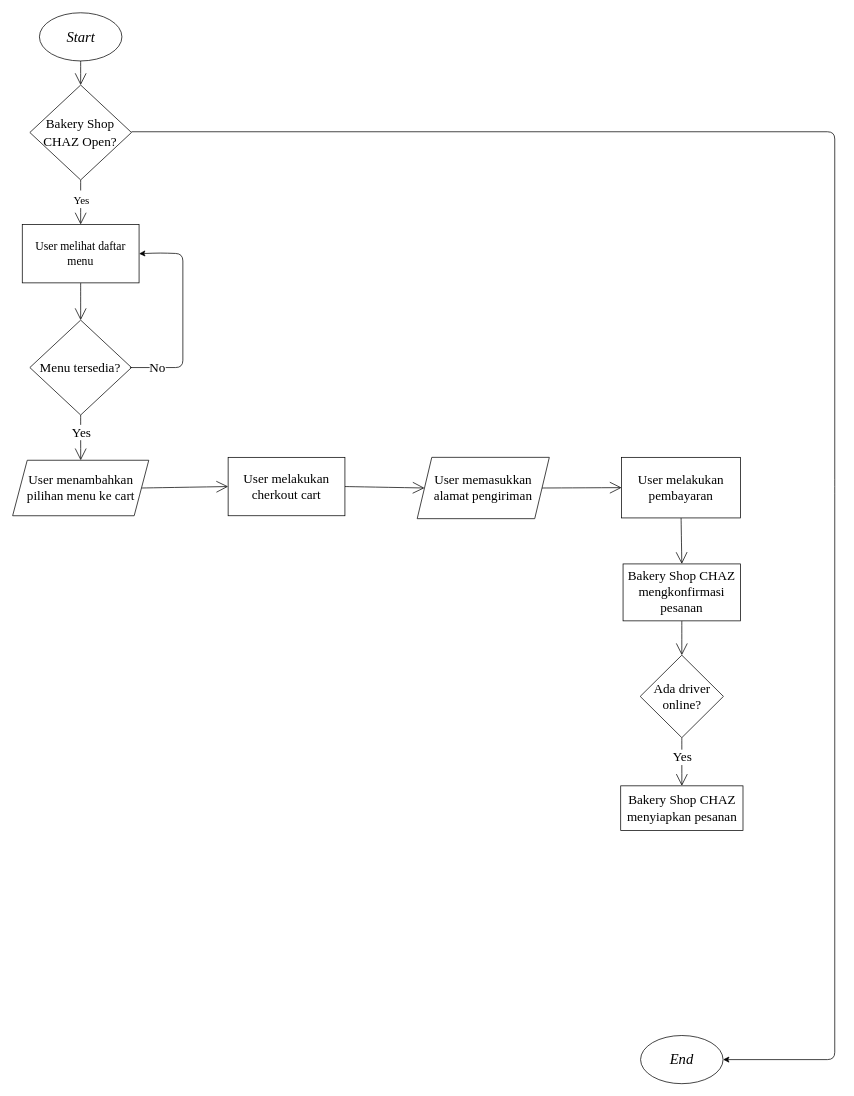
Before: flowchart.drawio in cherylazalia/Cheryl_Azalia-BakeryShop, a draw.io diagram. Source tidied: cells renumbered, new cells numbered last; positions are measured from the earlier drawing's top-left corner, leaving out a move shared by most shapes. Both pictures are drawn from the tidied source at 73%, with x=0, y=0 at pixel (12, 12).
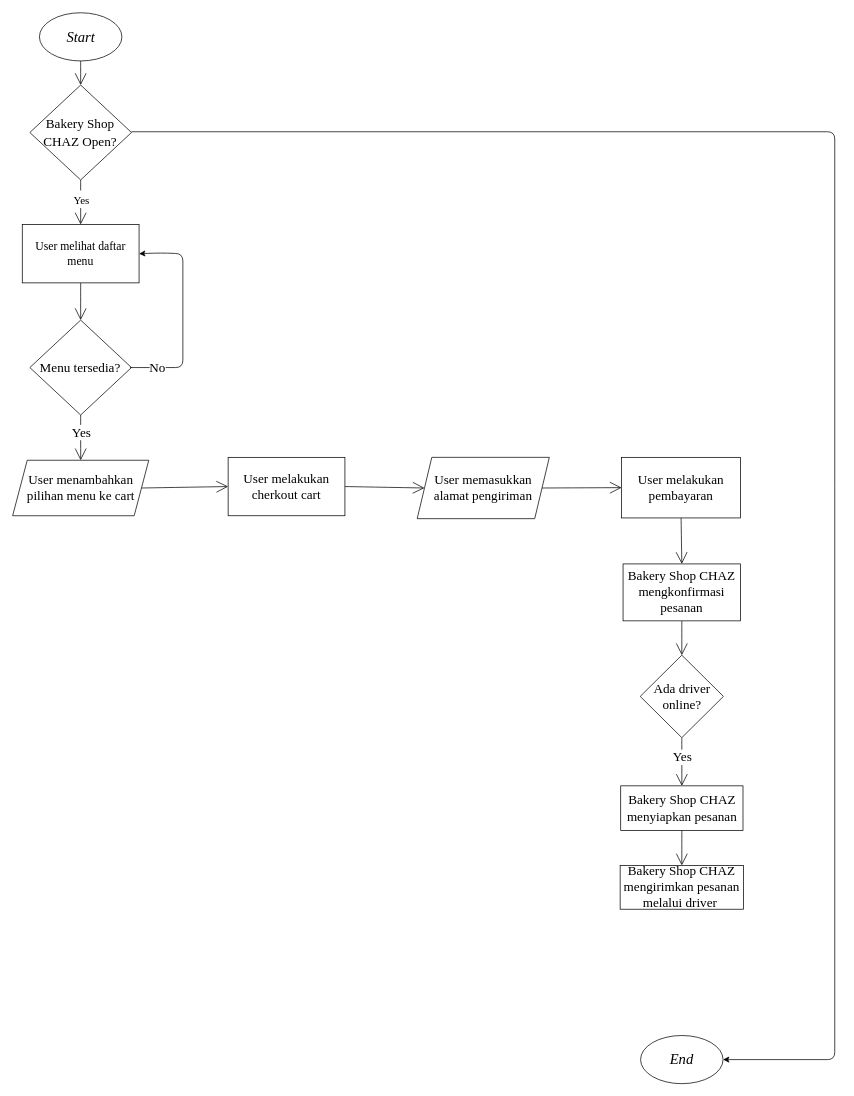
After the change.

Commit message:
Pengondisian Jika Jawaban Benar

The change refers to these unchanged cells:
```xml
<mxCell id="29" value="Bakery Shop CHAZ menyiapkan pesanan" style="whiteSpace=wrap;html=1;sketch=0;hachureGap=4;fontFamily=Times New Roman;fontSize=18;fontColor=default;strokeColor=default;fillColor=default;" parent="1" vertex="1">
  <mxGeometry x="832.8" y="1059" width="167.5" height="61" as="geometry" />
</mxCell>
```

Diff of the diagram source:
```diff
@@
+    <mxCell id="30" style="edgeStyle=none;shape=connector;curved=1;rounded=0;sketch=0;hachureGap=4;html=1;labelBackgroundColor=default;fontFamily=Times New Roman;fontSize=18;fontColor=default;endArrow=open;startSize=14;endSize=14;sourcePerimeterSpacing=8;targetPerimeterSpacing=8;strokeColor=default;exitX=0.5;exitY=1;exitDx=0;exitDy=0;entryX=0.5;entryY=0;entryDx=0;entryDy=0;" parent="1" edge="1" source="29" target="31">
+      <mxGeometry relative="1" as="geometry" />
+    </mxCell>
@@
+    <mxCell id="31" value="Bakery Shop CHAZ mengirimkan pesanan melalui driver&amp;nbsp;" style="whiteSpace=wrap;html=1;sketch=0;hachureGap=4;fontFamily=Times New Roman;fontSize=18;fontColor=default;strokeColor=default;fillColor=default;" parent="1" vertex="1">
+      <mxGeometry x="832" y="1168" width="169" height="60" as="geometry" />
+    </mxCell>
```
